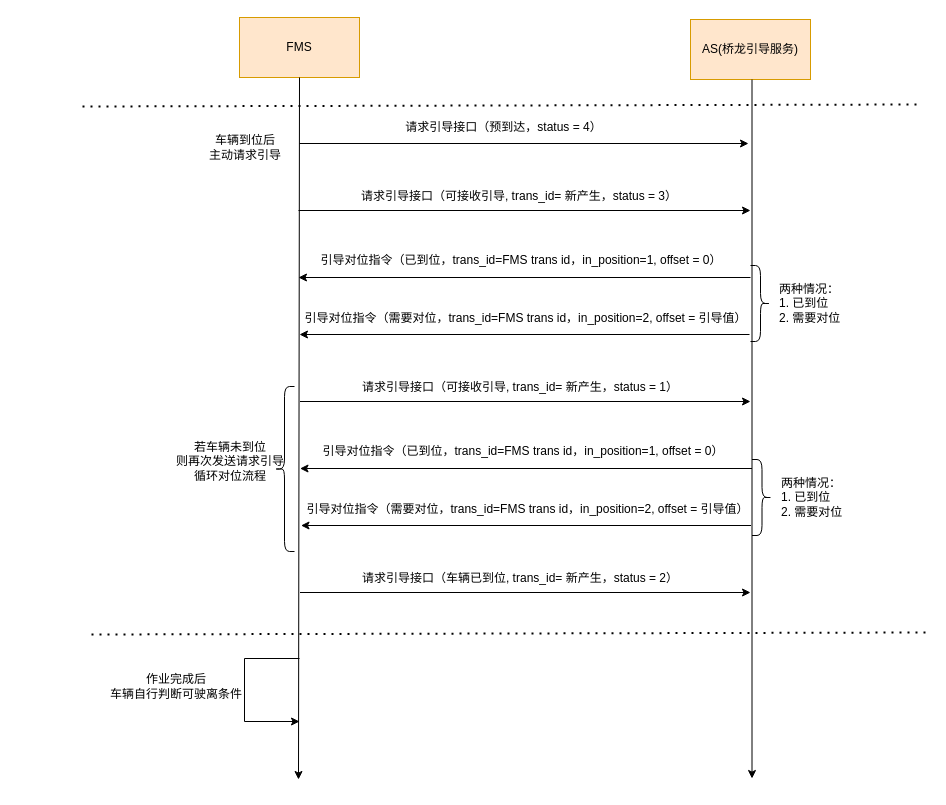
Earlier version of the draw.io diagram 未命名绘图.drawio (duanduanhh/CS). Source tidied: cells renumbered, new cells numbered last; positions are measured from the earlier drawing's top-left corner, leaving out a move shared by most shapes. Both pictures are drawn from the tidied source at 100%, with x=0, y=0 at pixel (82, 17).
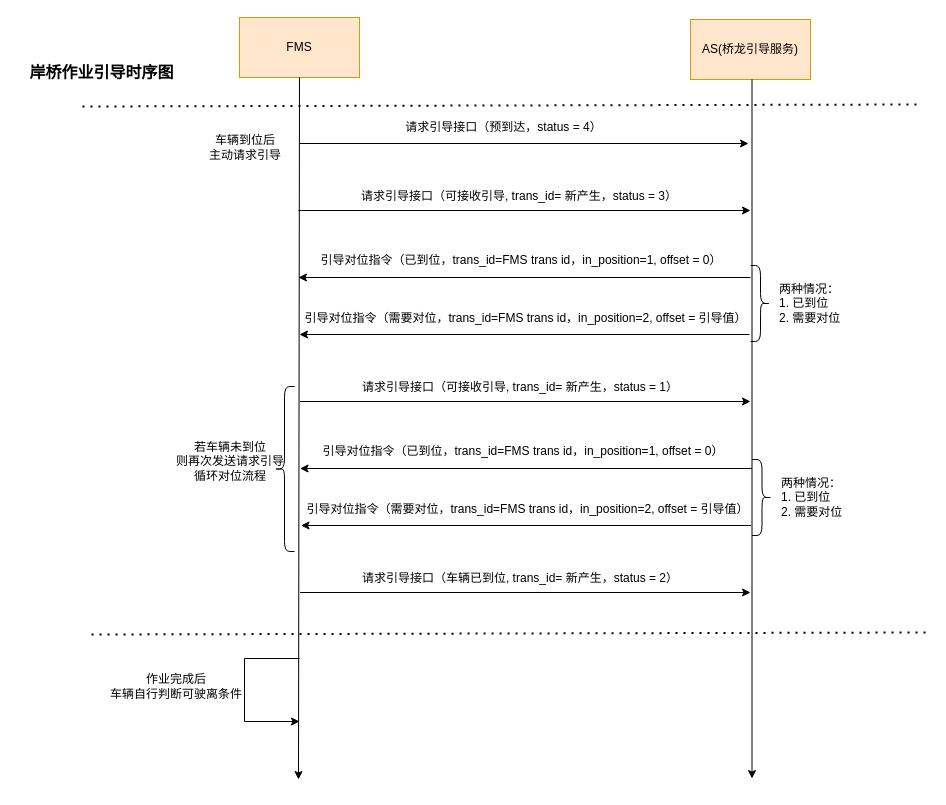
The same diagram, later.

Commit message:
更新未命名绘图.drawio

The edit, as a diff of the source:
```diff
@@
+    <mxCell id="33" value="&lt;b&gt;&lt;font style=&quot;font-size: 16px;&quot;&gt;岸桥作业引导时序图&lt;/font&gt;&lt;/b&gt;" style="text;strokeColor=none;align=center;fillColor=none;html=1;verticalAlign=middle;whiteSpace=wrap;rounded=0;" parent="1" vertex="1">
+      <mxGeometry x="-65" y="45" width="169" height="20" as="geometry" />
+    </mxCell>
```
